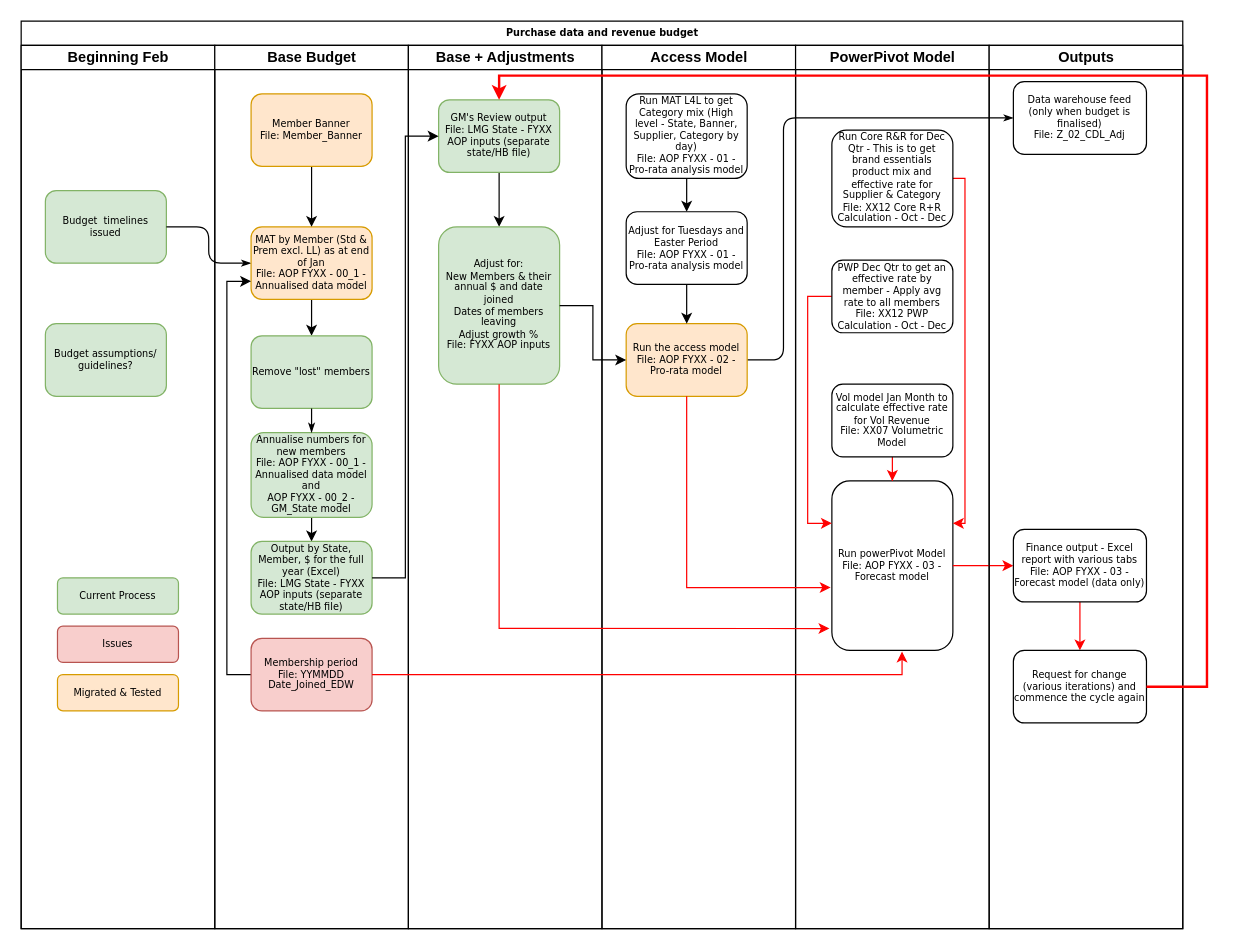
Before: Purchase vol budget process_V2.drawio in foxtrot-22/process_maps, a draw.io diagram. Source tidied: cells renumbered, new cells numbered last; positions are measured from the earlier drawing's top-left corner, leaving out a move shared by most shapes. Both pictures are drawn from the tidied source at 121%, with x=0, y=0 at pixel (21, 21).
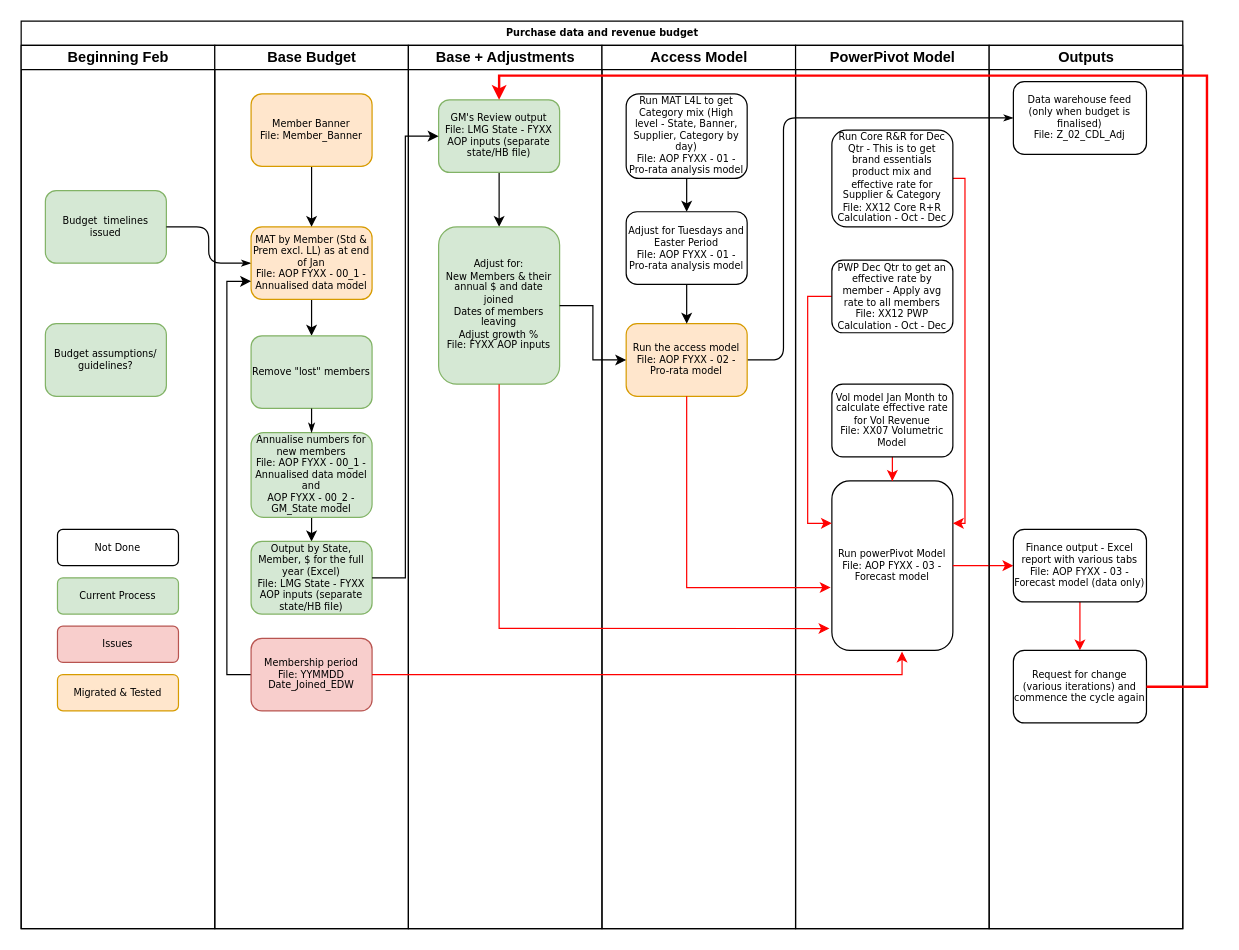
The same page after the edit.

Commit message:
Additional Changes to the Legend

The change refers to these unchanged cells:
```xml
<mxCell id="3" value="Beginning Feb" style="swimlane;html=1;startSize=20;" parent="2" vertex="1">
  <mxGeometry y="20" width="160" height="730" as="geometry" />
</mxCell>
```

Diff of the diagram source:
```diff
@@
+    <mxCell id="53" value="Not Done" style="rounded=1;whiteSpace=wrap;html=1;shadow=0;labelBackgroundColor=none;strokeWidth=1;fontFamily=Verdana;fontSize=8;align=center;" parent="3" vertex="1">
+      <mxGeometry x="30" y="400" width="100" height="30" as="geometry" />
+    </mxCell>
```
